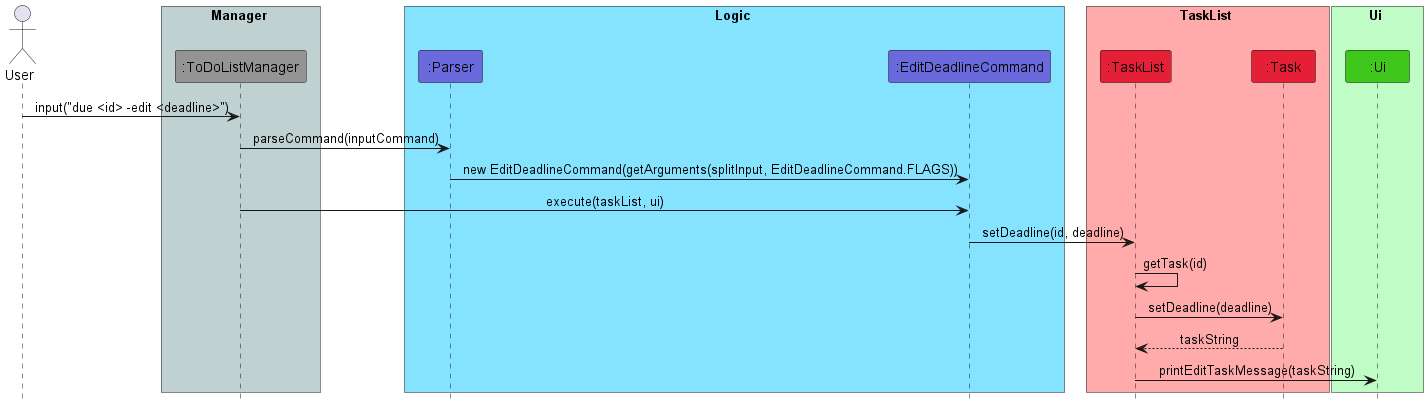
This is docs/images/EditDeadlineCommandSequence.png from nus-cs2113-AY2223S2/tp, a PlantUML export, as it was before one commit.
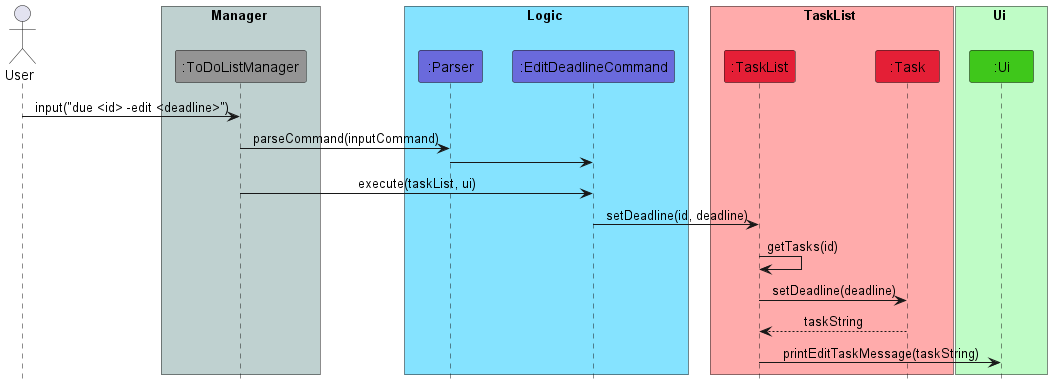
After the change.

What changed in the source:
```diff
@@ -23,10 +23,10 @@
 
 User -> ToDoListManager: input("due <id> -edit <deadline>")
 ToDoListManager -> Parser: parseCommand(inputCommand)
-Parser -> EditDeadlineCommand: new EditDeadlineCommand(getArguments(splitInput, EditDeadlineCommand.FLAGS))
+Parser -> EditDeadlineCommand:
 ToDoListManager -> EditDeadlineCommand: execute(taskList, ui)
 EditDeadlineCommand -> TaskList: setDeadline(id, deadline)
-TaskList -> TaskList: getTask(id)
+TaskList -> TaskList: getTasks(id)
 TaskList -> Task: setDeadline(deadline)
 Task --> TaskList: taskString
 TaskList -> Ui: printEditTaskMessage(taskString)
```
